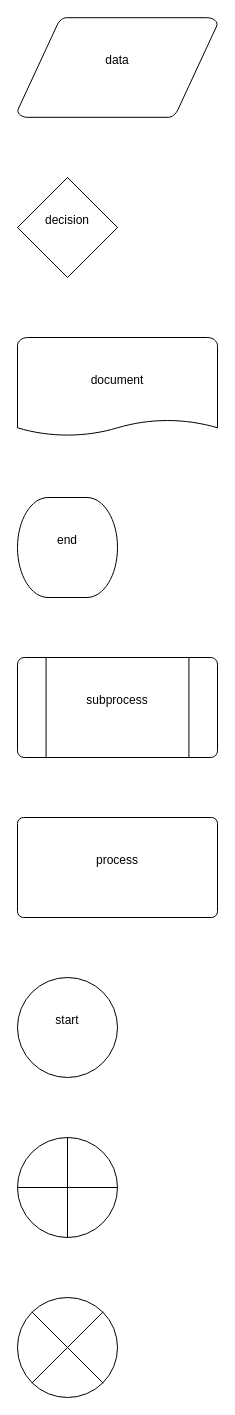
The draw.io diagram plan_template.drawio in natecostello/drawio-to-csv, before the edit. Source tidied: cells renumbered, new cells numbered last; positions are measured from the earlier drawing's top-left corner, leaving out a move shared by most shapes. Both pictures are drawn from the tidied source at 100%, with x=0, y=0 at pixel (17, 17).
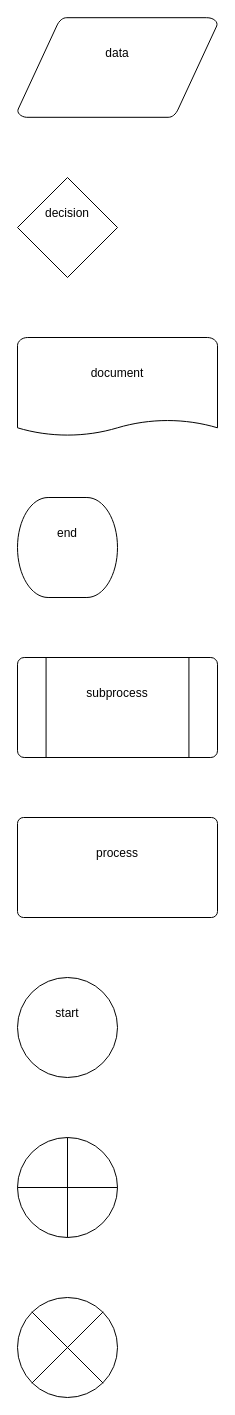
The same diagram, later.

Commit message (it also covers changes not shown here):
added pipeline to get rid of empty columns and non utf8, cleaned up template and test files

The edit, as a diff of the source:
```diff
@@
 <mxGraphModel>
   <root>
     <mxCell id="0" />
     <mxCell id="1" parent="0" />
-    <object id="2" label="%description%&lt;br&gt;&lt;br&gt;&lt;i&gt;%owner%&lt;/i&gt;" description="data" owner="" placeholders="1">
+    <object id="2" label="%description%&lt;br&gt;&lt;br&gt;&lt;i&gt;%owner%&lt;/i&gt;&lt;br&gt;%xl_id%" description="data" owner="" placeholders="1" xl_id="">
       <mxCell style="whiteSpace=wrap;shape=mxgraph.flowchart.data;html=1;" parent="1" vertex="1">
         <mxGeometry width="200" height="100" as="geometry" />
       </mxCell>
     </object>
-    <object id="3" label="%description%&lt;br&gt;&lt;br&gt;&lt;i&gt;%owner%&lt;/i&gt;" description="decision" owner="" placeholders="1">
+    <object id="3" label="%description%&lt;br&gt;&lt;br&gt;&lt;i&gt;%owner%&lt;/i&gt;&lt;br&gt;%xl_id%" description="decision" owner="" placeholders="1" xl_id="">
       <mxCell style="whiteSpace=wrap;shape=mxgraph.flowchart.decision;html=1;" parent="1" vertex="1">
         <mxGeometry y="160" width="100" height="100" as="geometry" />
       </mxCell>
     </object>
-    <object id="4" label="%description%&lt;br&gt;&lt;br&gt;&lt;i&gt;%owner%&lt;/i&gt;" description="document" owner="" placeholders="1">
+    <object id="4" label="%description%&lt;br&gt;&lt;br&gt;&lt;i&gt;%owner%&lt;/i&gt;&lt;br&gt;%xl_id%" description="document" owner="" placeholders="1" xl_id="">
       <mxCell style="whiteSpace=wrap;shape=mxgraph.flowchart.document;html=1;" parent="1" vertex="1">
         <mxGeometry y="320" width="200" height="100" as="geometry" />
       </mxCell>
     </object>
-    <object id="5" label="%description%&lt;br&gt;&lt;br&gt;&lt;i&gt;%owner%&lt;/i&gt;" description="end" owner="" placeholders="1">
+    <object id="5" label="%description%&lt;br&gt;&lt;br&gt;&lt;i&gt;%owner%&lt;/i&gt;&lt;br&gt;%xl_id%" description="end" owner="" placeholders="1" xl_id="">
       <mxCell style="whiteSpace=wrap;shape=mxgraph.flowchart.terminator;html=1;" parent="1" vertex="1">
         <mxGeometry y="480" width="100" height="100" as="geometry" />
       </mxCell>
     </object>
-    <object id="6" label="%description%&lt;br&gt;&lt;br&gt;&lt;i&gt;%owner%&lt;/i&gt;" description="subprocess" owner="" placeholders="1">
+    <object id="6" label="%description%&lt;br&gt;&lt;br&gt;&lt;i&gt;%owner%&lt;/i&gt;&lt;br&gt;%xl_id%" description="subprocess" owner="" placeholders="1" xl_id="">
       <mxCell style="whiteSpace=wrap;shape=mxgraph.flowchart.predefined_process;html=1;" parent="1" vertex="1">
         <mxGeometry y="640" width="200" height="100" as="geometry" />
       </mxCell>
     </object>
-    <object id="7" label="%description%&lt;br&gt;&lt;br&gt;&lt;i&gt;%owner%&lt;/i&gt;" description="process" owner="" placeholders="1">
+    <object id="7" label="%description%&lt;br&gt;&lt;br&gt;&lt;i&gt;%owner%&lt;/i&gt;&lt;br&gt;%xl_id%" description="process" owner="" placeholders="1" xl_id="">
       <mxCell style="whiteSpace=wrap;shape=mxgraph.flowchart.process;html=1;" parent="1" vertex="1">
         <mxGeometry y="800" width="200" height="100" as="geometry" />
       </mxCell>
     </object>
-    <object id="8" label="%description%&lt;br&gt;&lt;br&gt;&lt;i&gt;%owner%&lt;/i&gt;" description="start" owner="" placeholders="1">
+    <object id="8" label="%description%&lt;br&gt;&lt;br&gt;&lt;i&gt;%owner%&lt;/i&gt;&lt;br&gt;%xl_id%" description="start" owner="" placeholders="1" xl_id="">
       <mxCell style="whiteSpace=wrap;shape=mxgraph.flowchart.start_1;html=1;" parent="1" vertex="1">
         <mxGeometry y="960" width="100" height="100" as="geometry" />
       </mxCell>
     </object>
-    <object id="9" label="%description%&lt;br&gt;&lt;br&gt;&lt;i&gt;%owner%&lt;/i&gt;" description="" owner="" placeholders="1">
+    <object id="9" label="%description%&lt;br&gt;&lt;br&gt;&lt;i&gt;%owner%&lt;/i&gt;&lt;br&gt;%xl_id%" description="" owner="" placeholders="1" xl_id="">
       <mxCell style="whiteSpace=wrap;shape=mxgraph.flowchart.summing_function;html=1;" parent="1" vertex="1">
         <mxGeometry y="1120" width="100" height="100" as="geometry" />
       </mxCell>
     </object>
-    <object id="10" label="%description%&lt;br&gt;&lt;br&gt;&lt;i&gt;%owner%&lt;/i&gt;" description="" owner="" placeholders="1">
+    <object id="10" label="%description%&lt;br&gt;&lt;br&gt;&lt;i&gt;%owner%&lt;/i&gt;&lt;br&gt;%xl_id%" description="" owner="" placeholders="1" xl_id="">
       <mxCell style="whiteSpace=wrap;shape=mxgraph.flowchart.or;html=1;" parent="1" vertex="1">
         <mxGeometry y="1280" width="100" height="100" as="geometry" />
       </mxCell>
     </object>
   </root>
 </mxGraphModel>
```
